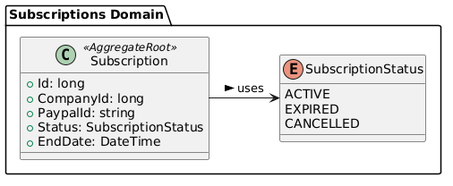
This is images/SubscriptionsDomainClassDiagram.png from Grupo-Apps-Moviles/Report, a PlantUML export, as it was before one commit. The source it was exported from:
```plantuml
@startuml
package "Subscriptions Domain" {
    class Subscription <<AggregateRoot>> {
        + Id: long
        + CompanyId: long
        + PaypalId: string
        + Status: SubscriptionStatus
        + EndDate: DateTime
    }
    enum SubscriptionStatus {
        ACTIVE
        EXPIRED
        CANCELLED
    }

    Subscription -> SubscriptionStatus : uses >
}
@enduml
```
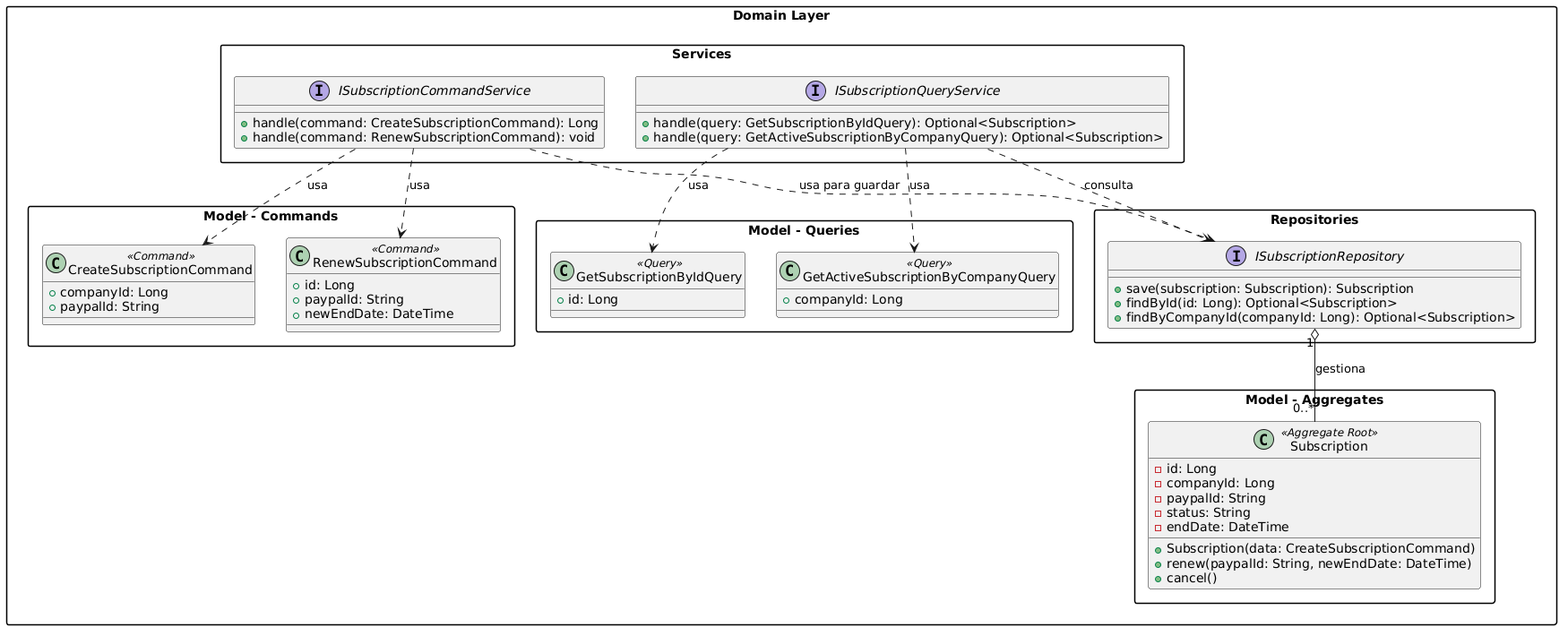
After the commit.

Change to the diagram source:
```diff
@@ -1,18 +1,68 @@
 @startuml
-package "Subscriptions Domain" {
-    class Subscription <<AggregateRoot>> {
-        + Id: long
-        + CompanyId: long
-        + PaypalId: string
-        + Status: SubscriptionStatus
-        + EndDate: DateTime
-    }
-    enum SubscriptionStatus {
-        ACTIVE
-        EXPIRED
-        CANCELLED
+skinparam packageStyle rectangle
+
+package "Domain Layer" {
+    package "Services" {
+        interface ISubscriptionCommandService {
+            +handle(command: CreateSubscriptionCommand): Long
+            +handle(command: RenewSubscriptionCommand): void
+        }
+        interface ISubscriptionQueryService {
+            +handle(query: GetSubscriptionByIdQuery): Optional<Subscription>
+            +handle(query: GetActiveSubscriptionByCompanyQuery): Optional<Subscription>
+        }
     }
 
-    Subscription -> SubscriptionStatus : uses >
+    package "Model - Commands" {
+        class CreateSubscriptionCommand <<Command>> {
+            +companyId: Long
+            +paypalId: String
+        }
+        class RenewSubscriptionCommand <<Command>> {
+            +id: Long
+            +paypalId: String
+            +newEndDate: DateTime
+        }
+    }
+
+    package "Model - Queries" {
+        class GetSubscriptionByIdQuery <<Query>> {
+            +id: Long
+        }
+        class GetActiveSubscriptionByCompanyQuery <<Query>> {
+            +companyId: Long
+        }
+    }
+
+    package "Repositories" {
+        interface ISubscriptionRepository {
+            +save(subscription: Subscription): Subscription
+            +findById(id: Long): Optional<Subscription>
+            +findByCompanyId(companyId: Long): Optional<Subscription>
+        }
+    }
+
+    package "Model - Aggregates" {
+        class Subscription <<Aggregate Root>> {
+            -id: Long
+            -companyId: Long
+            -paypalId: String
+            -status: String
+            -endDate: DateTime
+            +Subscription(data: CreateSubscriptionCommand)
+            +renew(paypalId: String, newEndDate: DateTime)
+            +cancel()
+        }
+    }
+
+    ISubscriptionCommandService ..> CreateSubscriptionCommand : usa
+    ISubscriptionCommandService ..> RenewSubscriptionCommand : usa
+    ISubscriptionCommandService ..> ISubscriptionRepository : usa para guardar
+
+    ISubscriptionQueryService ..> ISubscriptionRepository : consulta
+    ISubscriptionQueryService ..> GetSubscriptionByIdQuery : usa
+    ISubscriptionQueryService ..> GetActiveSubscriptionByCompanyQuery : usa
+
+    ISubscriptionRepository "1" o-- "0..*" Subscription : gestiona
 }
 @enduml
```
